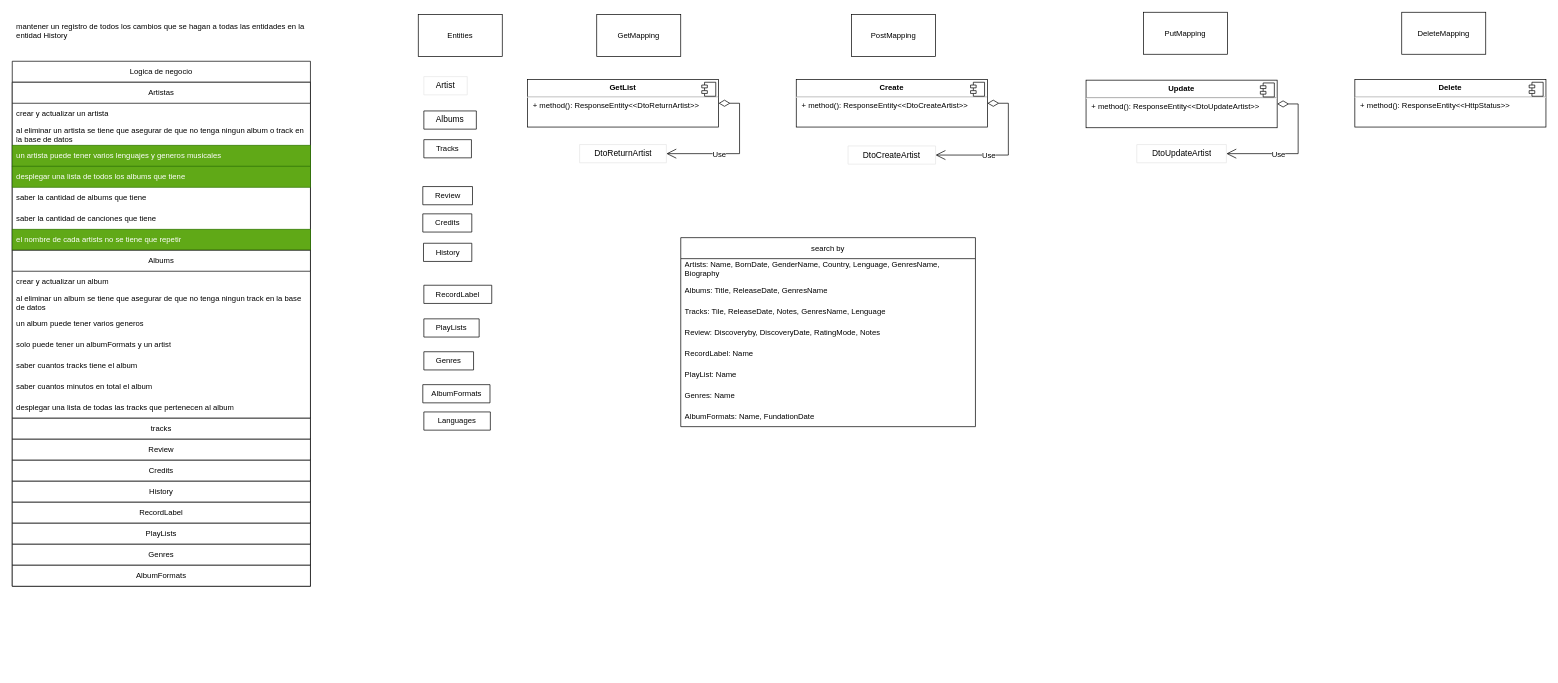
Earlier version of the draw.io diagram page "planificando restful api" (4 of 4) of digrams.drawio (GutengMorgen/ShzTy). Source tidied: cells renumbered, new cells numbered last; positions are measured from the earlier drawing's top-left corner, leaving out a move shared by most shapes. Both pictures are drawn from the tidied source at 70%, with x=0, y=0 at pixel (12, 12).
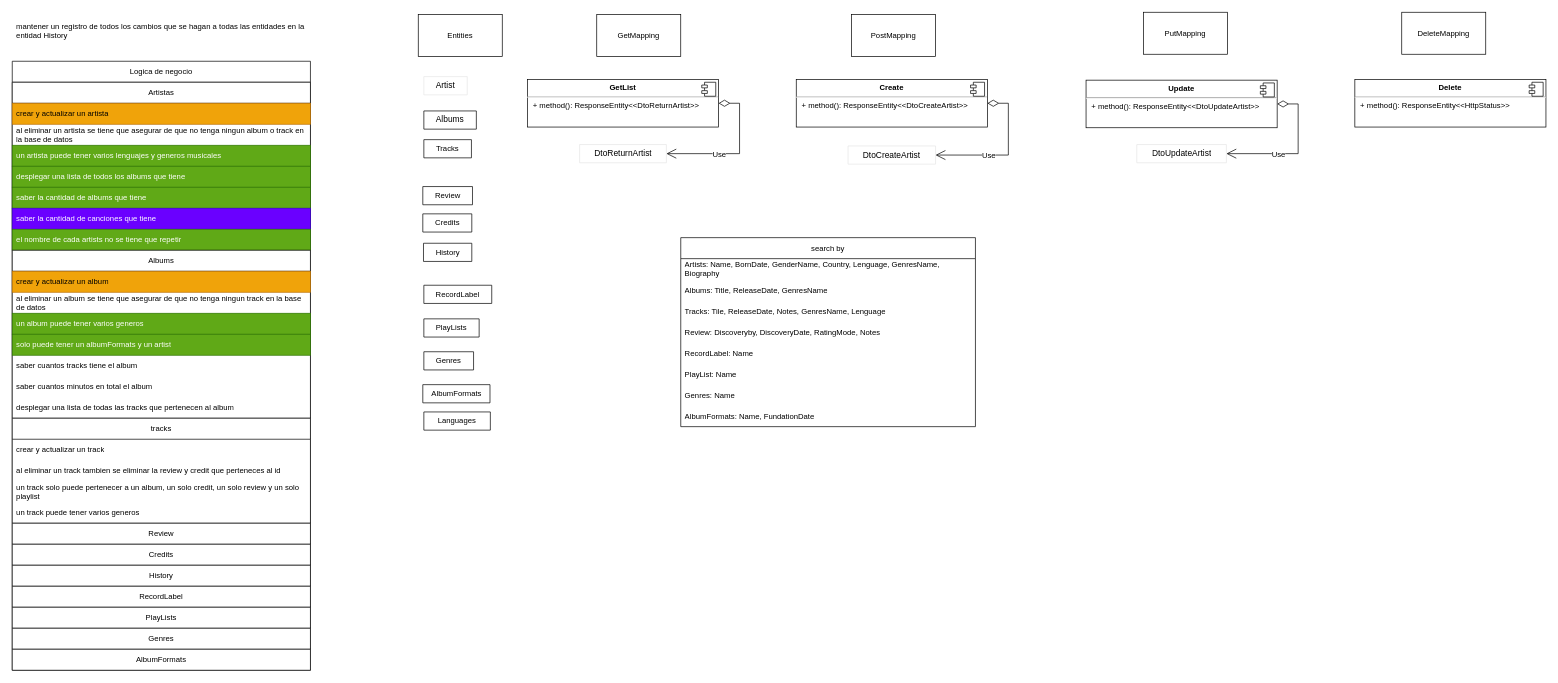
Above is the later version.

Commit message (it also covers changes not shown here):
altera la tabla albums para quitar un parametro

Unchanged cells that the change refers to:
```xml
<mxCell id="35" value="Artistas" style="swimlane;fontStyle=0;horizontal=1;startSize=30;whiteSpace=wrap;html=1;fontFamily=Helvetica;fontSize=11;fontColor=default;swimlaneFillColor=default;" parent="34" vertex="1">
  <mxGeometry y="30" width="426" height="240" as="geometry" />
</mxCell>
<mxCell id="43" value="Albums" style="swimlane;fontStyle=0;horizontal=1;startSize=30;whiteSpace=wrap;html=1;fontFamily=Helvetica;fontSize=11;fontColor=default;swimlaneFillColor=default;" parent="34" vertex="1">
  <mxGeometry y="270" width="426" height="240" as="geometry" />
</mxCell>
```

Change to the diagram source:
```diff
@@
     <mxCell id="34" value="Logica de negocio" style="swimlane;fontStyle=0;horizontal=1;startSize=30;whiteSpace=wrap;html=1;strokeColor=default;fontFamily=Helvetica;fontSize=11;fontColor=default;fillColor=default;" parent="1" vertex="1">
-      <mxGeometry y="70" width="426" height="750" as="geometry" />
+      <mxGeometry y="70" width="426" height="870" as="geometry" />
     </mxCell>
@@
-    <mxCell id="36" value="crear y actualizar un artista" style="text;strokeColor=none;fillColor=none;align=left;verticalAlign=middle;spacingLeft=4;spacingRight=4;overflow=hidden;whiteSpace=wrap;html=1;fontSize=11;fontFamily=Helvetica;fontColor=default;" parent="35" vertex="1">
+    <mxCell id="36" value="crear y actualizar un artista" style="text;strokeColor=#BD7000;fillColor=#f0a30a;align=left;verticalAlign=middle;spacingLeft=4;spacingRight=4;overflow=hidden;whiteSpace=wrap;html=1;fontSize=11;fontFamily=Helvetica;fontColor=#000000;" parent="35" vertex="1">
       <mxGeometry y="30" width="426" height="30" as="geometry" />
     </mxCell>
@@
-    <mxCell id="40" value="saber la cantidad de albums que tiene" style="text;strokeColor=none;fillColor=none;align=left;verticalAlign=middle;spacingLeft=4;spacingRight=4;overflow=hidden;whiteSpace=wrap;html=1;fontSize=11;fontFamily=Helvetica;fontColor=default;" parent="35" vertex="1">
+    <mxCell id="40" value="saber la cantidad de albums que tiene" style="text;strokeColor=#2D7600;fillColor=#60a917;align=left;verticalAlign=middle;spacingLeft=4;spacingRight=4;overflow=hidden;whiteSpace=wrap;html=1;fontSize=11;fontFamily=Helvetica;fontColor=#ffffff;" parent="35" vertex="1">
       <mxGeometry y="150" width="426" height="30" as="geometry" />
     </mxCell>
-    <mxCell id="41" value="saber la cantidad de canciones que tiene" style="text;strokeColor=none;fillColor=none;align=left;verticalAlign=middle;spacingLeft=4;spacingRight=4;overflow=hidden;whiteSpace=wrap;html=1;fontSize=11;fontFamily=Helvetica;fontColor=default;" parent="35" vertex="1">
+    <mxCell id="41" value="saber la cantidad de canciones que tiene" style="text;strokeColor=#3700CC;fillColor=#6a00ff;align=left;verticalAlign=middle;spacingLeft=4;spacingRight=4;overflow=hidden;whiteSpace=wrap;html=1;fontSize=11;fontFamily=Helvetica;fontColor=#ffffff;" parent="35" vertex="1">
       <mxGeometry y="180" width="426" height="30" as="geometry" />
     </mxCell>
@@
-    <mxCell id="44" value="crear y actualizar un album" style="text;strokeColor=none;fillColor=none;align=left;verticalAlign=middle;spacingLeft=4;spacingRight=4;overflow=hidden;whiteSpace=wrap;html=1;fontSize=11;fontFamily=Helvetica;fontColor=default;" parent="43" vertex="1">
+    <mxCell id="44" value="crear y actualizar un album" style="text;strokeColor=#BD7000;fillColor=#f0a30a;align=left;verticalAlign=middle;spacingLeft=4;spacingRight=4;overflow=hidden;whiteSpace=wrap;html=1;fontSize=11;fontFamily=Helvetica;fontColor=#000000;" parent="43" vertex="1">
       <mxGeometry y="30" width="426" height="30" as="geometry" />
     </mxCell>
@@
-    <mxCell id="46" value="un album puede tener varios generos" style="text;strokeColor=none;fillColor=none;align=left;verticalAlign=middle;spacingLeft=4;spacingRight=4;overflow=hidden;whiteSpace=wrap;html=1;fontSize=11;fontFamily=Helvetica;fontColor=default;" parent="43" vertex="1">
+    <mxCell id="46" value="un album puede tener varios generos" style="text;strokeColor=#2D7600;fillColor=#60a917;align=left;verticalAlign=middle;spacingLeft=4;spacingRight=4;overflow=hidden;whiteSpace=wrap;html=1;fontSize=11;fontFamily=Helvetica;fontColor=#ffffff;" parent="43" vertex="1">
       <mxGeometry y="90" width="426" height="30" as="geometry" />
     </mxCell>
-    <mxCell id="47" value="solo puede tener un albumFormats y un artist" style="text;strokeColor=none;fillColor=none;align=left;verticalAlign=middle;spacingLeft=4;spacingRight=4;overflow=hidden;whiteSpace=wrap;html=1;fontSize=11;fontFamily=Helvetica;fontColor=default;" parent="43" vertex="1">
+    <mxCell id="47" value="solo puede tener un albumFormats y un artist" style="text;strokeColor=#2D7600;fillColor=#60a917;align=left;verticalAlign=middle;spacingLeft=4;spacingRight=4;overflow=hidden;whiteSpace=wrap;html=1;fontSize=11;fontFamily=Helvetica;fontColor=#ffffff;" parent="43" vertex="1">
       <mxGeometry y="120" width="426" height="30" as="geometry" />
     </mxCell>
@@
-    <mxCell id="51" value="tracks" style="swimlane;fontStyle=0;horizontal=1;startSize=30;whiteSpace=wrap;html=1;fontFamily=Helvetica;fontSize=11;fontColor=default;swimlaneFillColor=default;" parent="34" vertex="1" collapsed="1">
-      <mxGeometry y="510" width="426" height="30" as="geometry" />
+    <mxCell id="51" value="tracks" style="swimlane;fontStyle=0;horizontal=1;startSize=30;whiteSpace=wrap;html=1;fontFamily=Helvetica;fontSize=11;fontColor=default;swimlaneFillColor=default;" parent="34" vertex="1">
+      <mxGeometry y="510" width="426" height="150" as="geometry" />
     </mxCell>
+    <mxCell id="70" value="crear y actualizar un track" style="text;strokeColor=none;fillColor=none;align=left;verticalAlign=middle;spacingLeft=4;spacingRight=4;overflow=hidden;whiteSpace=wrap;html=1;fontSize=11;fontFamily=Helvetica;fontColor=default;" parent="51" vertex="1">
+      <mxGeometry y="30" width="426" height="30" as="geometry" />
+    </mxCell>
+    <mxCell id="71" value="al eliminar un track tambien se eliminar la review y credit que perteneces al id" style="text;strokeColor=none;fillColor=none;align=left;verticalAlign=middle;spacingLeft=4;spacingRight=4;overflow=hidden;whiteSpace=wrap;html=1;fontSize=11;fontFamily=Helvetica;fontColor=default;" parent="51" vertex="1">
+      <mxGeometry y="60" width="426" height="30" as="geometry" />
+    </mxCell>
+    <mxCell id="72" value="un track solo puede pertenecer a un album, un solo credit, un solo review y un solo playlist" style="text;strokeColor=none;fillColor=none;align=left;verticalAlign=middle;spacingLeft=4;spacingRight=4;overflow=hidden;whiteSpace=wrap;html=1;fontSize=11;fontFamily=Helvetica;fontColor=default;" parent="51" vertex="1">
+      <mxGeometry y="90" width="426" height="30" as="geometry" />
+    </mxCell>
+    <mxCell id="73" value="un track puede tener varios generos" style="text;strokeColor=none;fillColor=none;align=left;verticalAlign=middle;spacingLeft=4;spacingRight=4;overflow=hidden;whiteSpace=wrap;html=1;fontSize=11;fontFamily=Helvetica;fontColor=default;" parent="51" vertex="1">
+      <mxGeometry y="120" width="426" height="30" as="geometry" />
+    </mxCell>
     <mxCell id="52" value="Review" style="swimlane;fontStyle=0;horizontal=1;startSize=30;whiteSpace=wrap;html=1;fontFamily=Helvetica;fontSize=11;fontColor=default;swimlaneFillColor=default;" parent="34" vertex="1" collapsed="1">
-      <mxGeometry y="540" width="426" height="30" as="geometry" />
+      <mxGeometry y="660" width="426" height="30" as="geometry" />
     </mxCell>
     <mxCell id="53" value="Credits" style="swimlane;fontStyle=0;horizontal=1;startSize=30;whiteSpace=wrap;html=1;fontFamily=Helvetica;fontSize=11;fontColor=default;swimlaneFillColor=default;" parent="34" vertex="1" collapsed="1">
-      <mxGeometry y="570" width="426" height="30" as="geometry" />
+      <mxGeometry y="690" width="426" height="30" as="geometry" />
     </mxCell>
     <mxCell id="54" value="History" style="swimlane;fontStyle=0;horizontal=1;startSize=30;whiteSpace=wrap;html=1;fontFamily=Helvetica;fontSize=11;fontColor=default;swimlaneFillColor=default;" parent="34" vertex="1" collapsed="1">
-      <mxGeometry y="600" width="426" height="30" as="geometry" />
+      <mxGeometry y="720" width="426" height="30" as="geometry" />
     </mxCell>
     <mxCell id="55" value="RecordLabel" style="swimlane;fontStyle=0;horizontal=1;startSize=30;whiteSpace=wrap;html=1;fontFamily=Helvetica;fontSize=11;fontColor=default;" parent="34" vertex="1" collapsed="1">
-      <mxGeometry y="630" width="426" height="30" as="geometry" />
+      <mxGeometry y="750" width="426" height="30" as="geometry" />
     </mxCell>
     <mxCell id="56" value="PlayLists" style="swimlane;fontStyle=0;horizontal=1;startSize=30;whiteSpace=wrap;html=1;fontFamily=Helvetica;fontSize=11;fontColor=default;" parent="34" vertex="1" collapsed="1">
-      <mxGeometry y="660" width="426" height="30" as="geometry" />
+      <mxGeometry y="780" width="426" height="30" as="geometry" />
     </mxCell>
     <mxCell id="57" value="Genres" style="swimlane;fontStyle=0;horizontal=1;startSize=30;whiteSpace=wrap;html=1;fontFamily=Helvetica;fontSize=11;fontColor=default;" parent="34" vertex="1" collapsed="1">
-      <mxGeometry y="690" width="426" height="30" as="geometry" />
+      <mxGeometry y="810" width="426" height="30" as="geometry" />
     </mxCell>
     <mxCell id="58" value="AlbumFormats" style="swimlane;fontStyle=0;horizontal=1;startSize=30;whiteSpace=wrap;html=1;fontFamily=Helvetica;fontSize=11;fontColor=default;" parent="34" vertex="1" collapsed="1">
-      <mxGeometry y="720" width="426" height="30" as="geometry" />
+      <mxGeometry y="840" width="426" height="30" as="geometry" />
     </mxCell>
```
